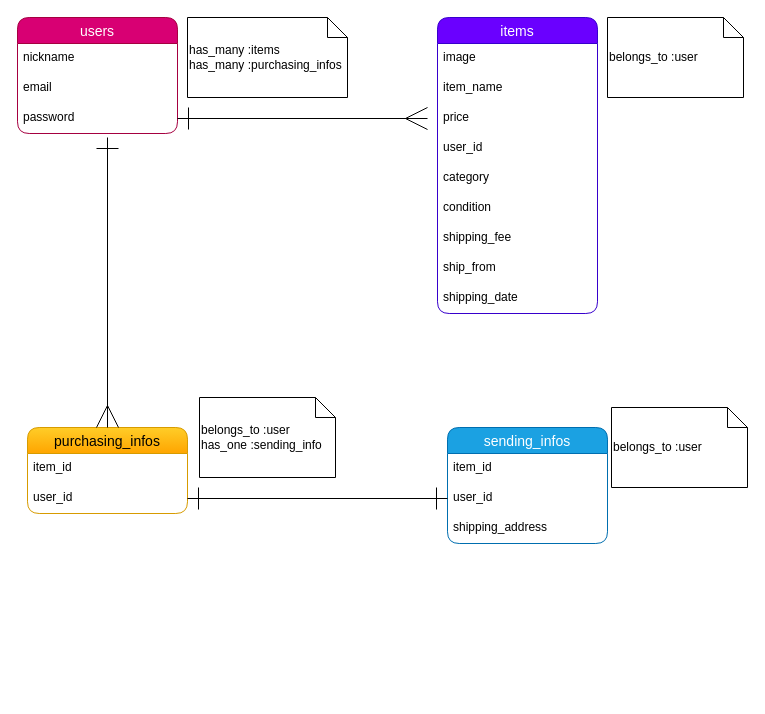
This is page "ページ1" (1 of 2) of test.dio from mochiyama/furima-39655, a draw.io file, before an edit. Source tidied: cells renumbered, new cells numbered last; positions are measured from the earlier drawing's top-left corner, leaving out a move shared by most shapes. Both pictures are drawn from the tidied source at 100%, with x=0, y=0 at pixel (17, 17).
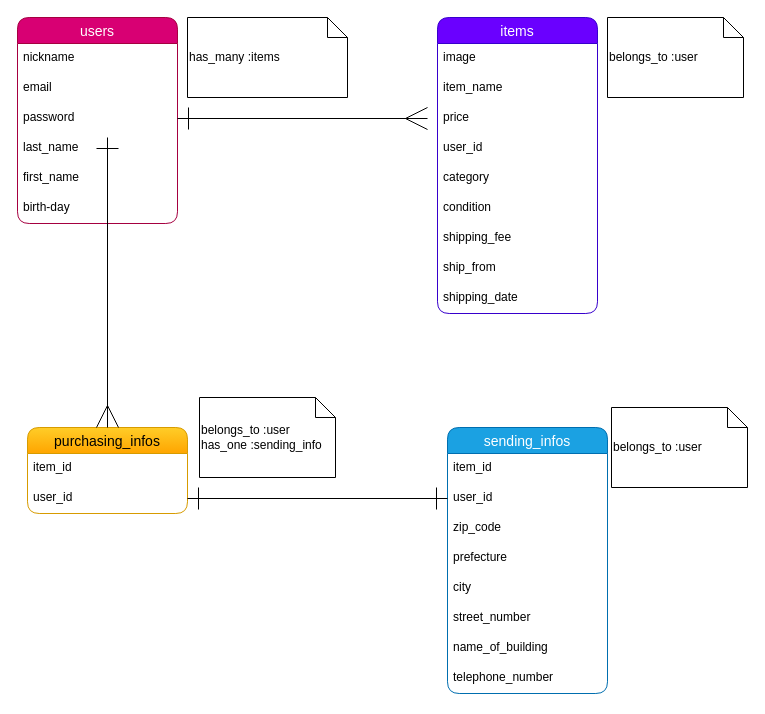
Above is the later version.

Change to the diagram source:
```diff
@@
     <mxCell id="2" value="users" style="swimlane;fontStyle=0;horizontal=1;startSize=26;align=center;fontSize=14;fillColor=#d80073;strokeColor=#A50040;rounded=1;fontColor=#ffffff;" parent="1" vertex="1">
-      <mxGeometry width="160" height="116" as="geometry" />
+      <mxGeometry width="160" height="206" as="geometry" />
     </mxCell>
@@
+    <mxCell id="30" value="last_name" style="text;strokeColor=none;fillColor=none;spacingLeft=4;spacingRight=4;overflow=hidden;fontSize=12;" parent="2" vertex="1">
+      <mxGeometry y="116" width="160" height="30" as="geometry" />
+    </mxCell>
+    <mxCell id="31" value="first_name" style="text;strokeColor=none;fillColor=none;spacingLeft=4;spacingRight=4;overflow=hidden;fontSize=12;" parent="2" vertex="1">
+      <mxGeometry y="146" width="160" height="30" as="geometry" />
+    </mxCell>
+    <mxCell id="32" value="birth-day" style="text;strokeColor=none;fillColor=none;spacingLeft=4;spacingRight=4;overflow=hidden;fontSize=12;" parent="2" vertex="1">
+      <mxGeometry y="176" width="160" height="30" as="geometry" />
+    </mxCell>
@@
     <mxCell id="19" value="sending_infos" style="swimlane;fontStyle=0;horizontal=1;startSize=26;align=center;fontSize=14;fillColor=#1ba1e2;strokeColor=#006EAF;fontColor=#ffffff;rounded=1;" parent="1" vertex="1">
-      <mxGeometry x="430" y="410" width="160" height="116" as="geometry" />
+      <mxGeometry x="430" y="410" width="160" height="266" as="geometry" />
     </mxCell>
@@
-    <mxCell id="22" value="shipping_address" style="text;strokeColor=none;fillColor=none;spacingLeft=4;spacingRight=4;overflow=hidden;fontSize=12;rounded=1;" parent="19" vertex="1">
-      <mxGeometry y="86" width="160" height="30" as="geometry" />
-    </mxCell>
+    <mxCell id="33" value="zip_code" style="text;strokeColor=none;fillColor=none;spacingLeft=4;spacingRight=4;overflow=hidden;fontSize=12;" parent="19" vertex="1">
+      <mxGeometry y="86" width="160" height="30" as="geometry" />
+    </mxCell>
+    <mxCell id="34" value="prefecture" style="text;strokeColor=none;fillColor=none;spacingLeft=4;spacingRight=4;overflow=hidden;fontSize=12;" parent="19" vertex="1">
+      <mxGeometry y="116" width="160" height="30" as="geometry" />
+    </mxCell>
+    <mxCell id="35" value="city" style="text;strokeColor=none;fillColor=none;spacingLeft=4;spacingRight=4;overflow=hidden;fontSize=12;" parent="19" vertex="1">
+      <mxGeometry y="146" width="160" height="30" as="geometry" />
+    </mxCell>
+    <mxCell id="36" value="street_number" style="text;strokeColor=none;fillColor=none;spacingLeft=4;spacingRight=4;overflow=hidden;fontSize=12;" parent="19" vertex="1">
+      <mxGeometry y="176" width="160" height="30" as="geometry" />
+    </mxCell>
+    <mxCell id="37" value="name_of_building" style="text;strokeColor=none;fillColor=none;spacingLeft=4;spacingRight=4;overflow=hidden;fontSize=12;" parent="19" vertex="1">
+      <mxGeometry y="206" width="160" height="30" as="geometry" />
+    </mxCell>
+    <mxCell id="38" value="telephone_number" style="text;strokeColor=none;fillColor=none;spacingLeft=4;spacingRight=4;overflow=hidden;fontSize=12;" parent="19" vertex="1">
+      <mxGeometry y="236" width="160" height="30" as="geometry" />
+    </mxCell>
@@
-    <mxCell id="26" value="has_many :items&lt;br&gt;has_many :purchasing_infos" style="shape=note;size=20;whiteSpace=wrap;html=1;rounded=1;align=left;" parent="1" vertex="1">
+    <mxCell id="26" value="has_many :items" style="shape=note;size=20;whiteSpace=wrap;html=1;rounded=1;align=left;" parent="1" vertex="1">
       <mxGeometry x="170" width="160" height="80" as="geometry" />
     </mxCell>
```
